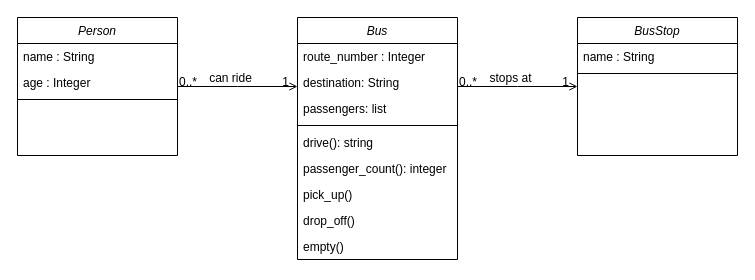
Above: UMLClassDiagram.drawio in Michalju/week2_day2_homework (draw.io), before the change. Source tidied: cells renumbered, new cells numbered last; positions are measured from the earlier drawing's top-left corner, leaving out a move shared by most shapes. Both pictures are drawn from the tidied source at 100%, with x=0, y=0 at pixel (17, 17).
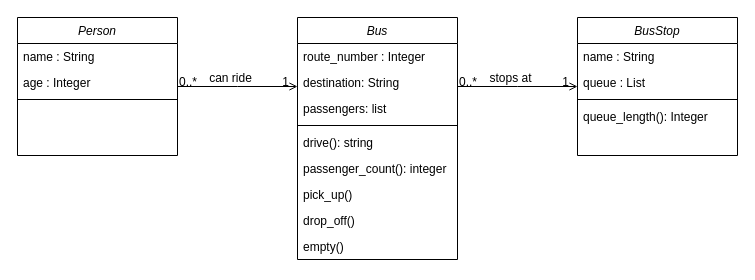
The same diagram, later.

Commit message (it also covers changes not shown here):
Updated class diagram and class Bus_Stop to add attribute queue and method queue_length.

The change refers to these unchanged cells:
```xml
<mxCell id="20" value="BusStop" style="swimlane;fontStyle=2;align=center;verticalAlign=top;horizontal=1;startSize=26;rounded=0;shadow=0;strokeWidth=1;" parent="1" vertex="1">
  <mxGeometry x="560" width="160" height="138" as="geometry" />
</mxCell>
```

The edit, as a diff of the source:
```diff
@@
+    <mxCell id="27" value="queue : List" style="text;align=left;verticalAlign=top;spacingLeft=4;spacingRight=4;overflow=hidden;" parent="20" vertex="1">
+      <mxGeometry y="52" width="160" height="26" as="geometry" />
+    </mxCell>
     <mxCell id="22" style="line;html=1;strokeWidth=1;align=left;verticalAlign=middle;spacingTop=-1;spacingLeft=3;spacingRight=3;labelPosition=right;" parent="20" vertex="1">
-      <mxGeometry y="52" width="160" height="8" as="geometry" />
+      <mxGeometry y="78" width="160" height="8" as="geometry" />
     </mxCell>
+    <mxCell id="28" value="queue_length(): Integer" style="text;align=left;verticalAlign=top;spacingLeft=4;spacingRight=4;overflow=hidden;" parent="20" vertex="1">
+      <mxGeometry y="86" width="160" height="26" as="geometry" />
+    </mxCell>
```
